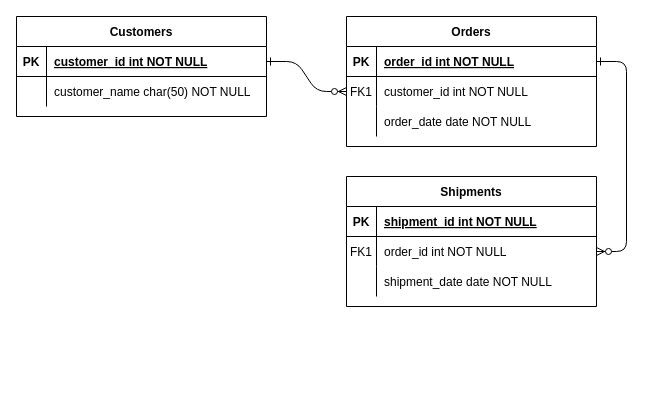
The draw.io diagram Untitled Diagram.drawio in Anilparajuli4/Filmyverse, before the edit. Source tidied: cells renumbered, new cells numbered last; positions are measured from the earlier drawing's top-left corner, leaving out a move shared by most shapes. Both pictures are drawn from the tidied source at 100%, with x=0, y=0 at pixel (16, 16).
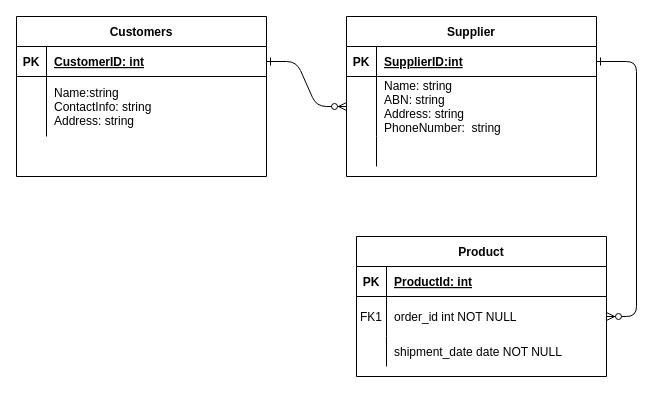
Above is the later version.

Unchanged cells that the change refers to:
```xml
<mxCell id="5" style="shape=partialRectangle;fillColor=none;points=[[0,0.5],[1,0.5]];portConstraint=eastwest;top=0;left=0;right=0;bottom=1;" parent="4" vertex="1">
  <mxGeometry y="30" width="250" height="30" as="geometry" />
</mxCell>
<mxCell id="15" style="shape=partialRectangle;fillColor=none;top=0;left=0;right=0;bottom=1;" parent="14" vertex="1">
  <mxGeometry y="30" width="250" height="30" as="geometry" />
</mxCell>
<mxCell id="25" style="shape=partialRectangle;fillColor=none;points=[[0,0.5],[1,0.5]];portConstraint=eastwest;top=0;left=0;right=0;bottom=1;" parent="24" vertex="1">
  <mxGeometry y="30" width="250" height="30" as="geometry" />
</mxCell>
```

Change to the diagram source:
```diff
@@
-    <mxCell id="4" value="Orders" style="shape=table;startSize=30;childLayout=tableLayout;rowLines=0;fontStyle=1;align=center;" parent="1" vertex="1">
-      <mxGeometry x="330" width="250" height="130" as="geometry" />
+    <mxCell id="4" value="Supplier" style="shape=table;startSize=30;childLayout=tableLayout;rowLines=0;fontStyle=1;align=center;" parent="1" vertex="1">
+      <mxGeometry x="330" width="250" height="160" as="geometry" />
     </mxCell>
@@
-    <mxCell id="7" value="order_id int NOT NULL " style="shape=partialRectangle;overflow=hidden;fillColor=none;top=0;left=0;bottom=0;right=0;align=left;spacingLeft=6;fontStyle=5;" parent="5" vertex="1">
+    <mxCell id="7" value="SupplierID:int" style="shape=partialRectangle;overflow=hidden;fillColor=none;top=0;left=0;bottom=0;right=0;align=left;spacingLeft=6;fontStyle=5;" parent="5" vertex="1">
       <mxGeometry x="30" width="220" height="30" as="geometry" />
     </mxCell>
     <mxCell id="8" style="shape=partialRectangle;fillColor=none;points=[[0,0.5],[1,0.5]];portConstraint=eastwest;top=0;left=0;right=0;bottom=0;" parent="4" vertex="1">
-      <mxGeometry y="60" width="250" height="30" as="geometry" />
+      <mxGeometry y="60" width="250" height="60" as="geometry" />
     </mxCell>
-    <mxCell id="9" value="FK1" style="shape=partialRectangle;overflow=hidden;fillColor=none;top=0;left=0;bottom=0;right=0;" parent="8" vertex="1">
-      <mxGeometry width="30" height="30" as="geometry" />
+    <mxCell id="9" style="shape=partialRectangle;overflow=hidden;fillColor=none;top=0;left=0;bottom=0;right=0;" parent="8" vertex="1">
+      <mxGeometry width="30" height="60" as="geometry" />
     </mxCell>
-    <mxCell id="10" value="customer_id int NOT NULL" style="shape=partialRectangle;overflow=hidden;fillColor=none;top=0;left=0;bottom=0;right=0;align=left;spacingLeft=6;" parent="8" vertex="1">
-      <mxGeometry x="30" width="220" height="30" as="geometry" />
+    <mxCell id="10" value="Name: string&#10;ABN: string&#10;Address: string&#10;PhoneNumber:  string" style="shape=partialRectangle;overflow=hidden;fillColor=none;top=0;left=0;bottom=0;right=0;align=left;spacingLeft=6;" parent="8" vertex="1">
+      <mxGeometry x="30" width="220" height="60" as="geometry" />
     </mxCell>
     <mxCell id="11" style="shape=partialRectangle;fillColor=none;top=0;left=0;right=0;bottom=0;" parent="4" vertex="1">
-      <mxGeometry y="90" width="250" height="30" as="geometry" />
+      <mxGeometry y="120" width="250" height="30" as="geometry" />
     </mxCell>
@@
-    <mxCell id="13" value="order_date date NOT NULL" style="shape=partialRectangle;overflow=hidden;fillColor=none;top=0;left=0;bottom=0;right=0;align=left;spacingLeft=6;" parent="11" vertex="1">
+    <mxCell id="13" style="shape=partialRectangle;overflow=hidden;fillColor=none;top=0;left=0;bottom=0;right=0;align=left;spacingLeft=6;" parent="11" vertex="1">
       <mxGeometry x="30" width="220" height="30" as="geometry" />
     </mxCell>
-    <mxCell id="14" value="Shipments" style="shape=table;startSize=30;childLayout=tableLayout;rowLines=0;fontStyle=1;align=center;" parent="1" vertex="1">
-      <mxGeometry x="330" y="160" width="250" height="130" as="geometry" />
+    <mxCell id="14" value="Product" style="shape=table;startSize=30;childLayout=tableLayout;rowLines=0;fontStyle=1;align=center;" parent="1" vertex="1">
+      <mxGeometry x="340" y="220" width="250" height="140" as="geometry" />
     </mxCell>
@@
-    <mxCell id="17" value="shipment_id int NOT NULL " style="shape=partialRectangle;overflow=hidden;fillColor=none;top=0;left=0;bottom=0;right=0;align=left;spacingLeft=6;fontStyle=5;" parent="15" vertex="1">
+    <mxCell id="17" value="ProductId: int" style="shape=partialRectangle;overflow=hidden;fillColor=none;top=0;left=0;bottom=0;right=0;align=left;spacingLeft=6;fontStyle=5;" parent="15" vertex="1">
       <mxGeometry x="30" width="220" height="30" as="geometry" />
     </mxCell>
     <mxCell id="18" style="shape=partialRectangle;fillColor=none;points=[[0,0.5],[1,0.5]];portConstraint=eastwest;top=0;left=0;right=0;bottom=0;" parent="14" vertex="1">
-      <mxGeometry y="60" width="250" height="30" as="geometry" />
+      <mxGeometry y="60" width="250" height="40" as="geometry" />
     </mxCell>
     <mxCell id="19" value="FK1" style="shape=partialRectangle;overflow=hidden;fillColor=none;top=0;left=0;bottom=0;right=0;" parent="18" vertex="1">
-      <mxGeometry width="30" height="30" as="geometry" />
+      <mxGeometry width="30" height="40" as="geometry" />
     </mxCell>
     <mxCell id="20" value="order_id int NOT NULL" style="shape=partialRectangle;overflow=hidden;fillColor=none;top=0;left=0;bottom=0;right=0;align=left;spacingLeft=6;" parent="18" vertex="1">
-      <mxGeometry x="30" width="220" height="30" as="geometry" />
+      <mxGeometry x="30" width="220" height="40" as="geometry" />
     </mxCell>
     <mxCell id="21" style="shape=partialRectangle;fillColor=none;top=0;left=0;right=0;bottom=0;" parent="14" vertex="1">
-      <mxGeometry y="90" width="250" height="30" as="geometry" />
+      <mxGeometry y="100" width="250" height="30" as="geometry" />
     </mxCell>
@@
     <mxCell id="24" value="Customers" style="shape=table;startSize=30;childLayout=tableLayout;rowLines=0;fontStyle=1;align=center;" parent="1" vertex="1">
-      <mxGeometry width="250" height="100" as="geometry" />
+      <mxGeometry width="250" height="160" as="geometry" />
     </mxCell>
@@
-    <mxCell id="27" value="customer_id int NOT NULL " style="shape=partialRectangle;overflow=hidden;fillColor=none;top=0;left=0;bottom=0;right=0;align=left;spacingLeft=6;fontStyle=5;" parent="25" vertex="1">
+    <mxCell id="27" value="CustomerID: int" style="shape=partialRectangle;overflow=hidden;fillColor=none;top=0;left=0;bottom=0;right=0;align=left;spacingLeft=6;fontStyle=5;" parent="25" vertex="1">
       <mxGeometry x="30" width="220" height="30" as="geometry" />
     </mxCell>
     <mxCell id="28" style="shape=partialRectangle;fillColor=none;top=0;left=0;right=0;bottom=0;" parent="24" vertex="1">
-      <mxGeometry y="60" width="250" height="30" as="geometry" />
+      <mxGeometry y="60" width="250" height="60" as="geometry" />
     </mxCell>
     <mxCell id="29" style="shape=partialRectangle;overflow=hidden;fillColor=none;top=0;left=0;bottom=0;right=0;" parent="28" vertex="1">
-      <mxGeometry width="30" height="30" as="geometry" />
+      <mxGeometry width="30" height="60" as="geometry" />
     </mxCell>
-    <mxCell id="30" value="customer_name char(50) NOT NULL" style="shape=partialRectangle;overflow=hidden;fillColor=none;top=0;left=0;bottom=0;right=0;align=left;spacingLeft=6;" parent="28" vertex="1">
-      <mxGeometry x="30" width="220" height="30" as="geometry" />
+    <mxCell id="30" value="Name:string&#10;ContactInfo: string&#10;Address: string" style="shape=partialRectangle;overflow=hidden;fillColor=none;top=0;left=0;bottom=0;right=0;align=left;spacingLeft=6;" parent="28" vertex="1">
+      <mxGeometry x="30" width="220" height="60" as="geometry" />
     </mxCell>
```
